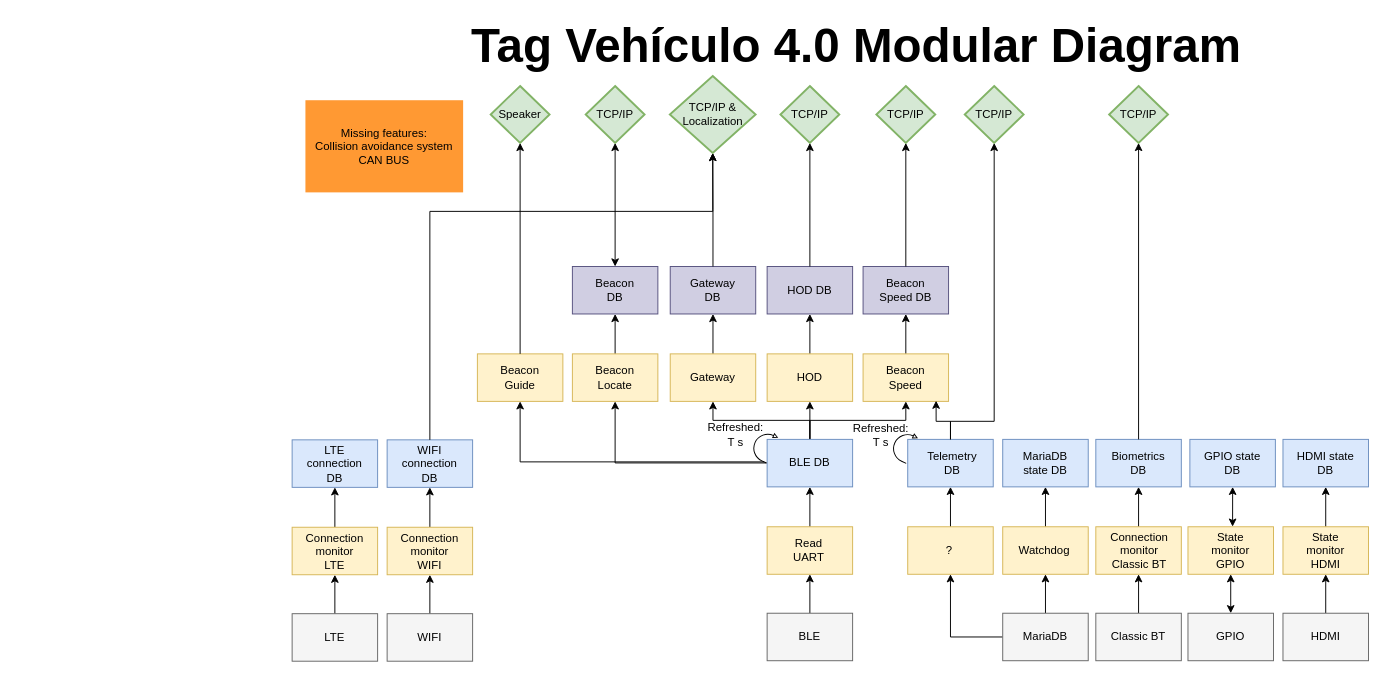
This is Diagrama modular de Tag Vehiculo 4_0.drawio from CesarRodriguez14/Tag_Vehiculo_4_0_Diagramas, a draw.io file, before an edit. Source tidied: cells renumbered, new cells numbered last; positions are measured from the earlier drawing's top-left corner, leaving out a move shared by most shapes. Both pictures are drawn from the tidied source at 95%, with x=0, y=0 at pixel (292, 21).
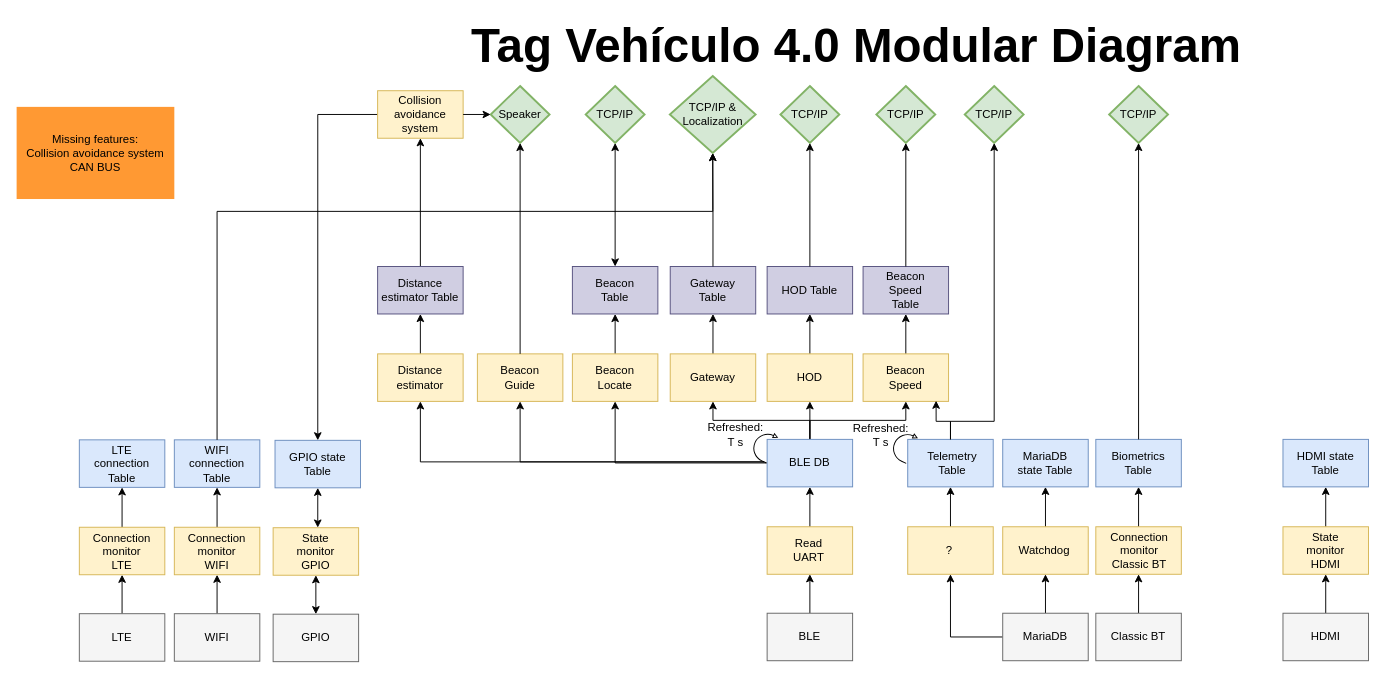
After the change.

Commit message:
Actualizar Diagrama modular de Tag Vehiculo 4_0.drawio. Agregar sistema anticolisiones.

The change refers to these unchanged cells:
```xml
<mxCell id="41" style="html=1;shadow=0;dashed=0;align=center;verticalAlign=middle;shape=mxgraph.arrows2.uTurnArrow;dy=0;arrowHead=4.41;dx2=4.26;rotation=25;" parent="1" vertex="1">
  <mxGeometry x="486.9" y="430.6" width="20" height="31.5" as="geometry" />
</mxCell>
<mxCell id="76" value="TCP/IP &amp;amp; Localization" style="strokeWidth=2;html=1;shape=mxgraph.flowchart.decision;whiteSpace=wrap;fillColor=#d5e8d4;strokeColor=#82b366;" parent="1" vertex="1">
  <mxGeometry x="397.6" y="57.5" width="90.3" height="81" as="geometry" />
</mxCell>
<mxCell id="96" value="Speaker" style="strokeWidth=2;html=1;shape=mxgraph.flowchart.decision;whiteSpace=wrap;fillColor=#d5e8d4;strokeColor=#82b366;" parent="1" vertex="1">
  <mxGeometry x="209" y="68" width="62" height="60" as="geometry" />
</mxCell>
```

What changed in the source:
```diff
@@
     <mxCell id="6" style="rounded=0;whiteSpace=wrap;html=1;fillColor=#f5f5f5;fontColor=#333333;strokeColor=#666666;" parent="1" vertex="1">
-      <mxGeometry y="623.5" width="90" height="50" as="geometry" />
+      <mxGeometry x="-224" y="623.5" width="90" height="50" as="geometry" />
     </mxCell>
     <mxCell id="7" value="LTE" style="text;html=1;align=center;verticalAlign=middle;whiteSpace=wrap;rounded=0;" parent="1" vertex="1">
-      <mxGeometry x="15" y="633.5" width="60" height="30" as="geometry" />
+      <mxGeometry x="-209" y="633.5" width="60" height="30" as="geometry" />
     </mxCell>
@@
     <mxCell id="9" style="rounded=0;whiteSpace=wrap;html=1;fillColor=#f5f5f5;fontColor=#333333;strokeColor=#666666;" parent="1" vertex="1">
-      <mxGeometry x="100" y="623.5" width="90" height="50" as="geometry" />
+      <mxGeometry x="-124" y="623.5" width="90" height="50" as="geometry" />
     </mxCell>
     <mxCell id="10" value="WIFI" style="text;html=1;align=center;verticalAlign=middle;whiteSpace=wrap;rounded=0;" parent="1" vertex="1">
-      <mxGeometry x="115" y="633.5" width="60" height="30" as="geometry" />
+      <mxGeometry x="-109" y="633.5" width="60" height="30" as="geometry" />
     </mxCell>
     <mxCell id="11" style="rounded=0;whiteSpace=wrap;html=1;fillColor=#f5f5f5;fontColor=#333333;strokeColor=#666666;" parent="1" vertex="1">
-      <mxGeometry x="943" y="623" width="90" height="50" as="geometry" />
+      <mxGeometry x="-20" y="624" width="90" height="50" as="geometry" />
     </mxCell>
     <mxCell id="12" value="GPIO" style="text;html=1;align=center;verticalAlign=middle;whiteSpace=wrap;rounded=0;" parent="1" vertex="1">
-      <mxGeometry x="958" y="633" width="60" height="30" as="geometry" />
+      <mxGeometry x="-5" y="634" width="60" height="30" as="geometry" />
     </mxCell>
@@
     <mxCell id="26" style="rounded=0;whiteSpace=wrap;html=1;fillColor=#fff2cc;strokeColor=#d6b656;" parent="1" vertex="1">
-      <mxGeometry y="532.5" width="90" height="50" as="geometry" />
+      <mxGeometry x="-224" y="532.5" width="90" height="50" as="geometry" />
     </mxCell>
     <mxCell id="27" value="Connection monitor LTE" style="text;html=1;align=center;verticalAlign=middle;whiteSpace=wrap;rounded=0;" parent="1" vertex="1">
-      <mxGeometry x="15" y="542.5" width="60" height="30" as="geometry" />
+      <mxGeometry x="-209" y="542.5" width="60" height="30" as="geometry" />
     </mxCell>
@@
     <mxCell id="29" style="rounded=0;whiteSpace=wrap;html=1;fillColor=#fff2cc;strokeColor=#d6b656;" parent="1" vertex="1">
-      <mxGeometry x="100" y="532.5" width="90" height="50" as="geometry" />
+      <mxGeometry x="-124" y="532.5" width="90" height="50" as="geometry" />
     </mxCell>
     <mxCell id="30" value="Connection monitor WIFI" style="text;html=1;align=center;verticalAlign=middle;whiteSpace=wrap;rounded=0;" parent="1" vertex="1">
-      <mxGeometry x="115" y="542.5" width="60" height="30" as="geometry" />
+      <mxGeometry x="-109" y="542.5" width="60" height="30" as="geometry" />
     </mxCell>
     <mxCell id="31" style="rounded=0;whiteSpace=wrap;html=1;fillColor=#fff2cc;strokeColor=#d6b656;" parent="1" vertex="1">
-      <mxGeometry x="943" y="532" width="90" height="50" as="geometry" />
+      <mxGeometry x="-20" y="533" width="90" height="50" as="geometry" />
     </mxCell>
     <mxCell id="32" value="State monitor GPIO" style="text;html=1;align=center;verticalAlign=middle;whiteSpace=wrap;rounded=0;" parent="1" vertex="1">
-      <mxGeometry x="958" y="542" width="60" height="30" as="geometry" />
+      <mxGeometry x="-5" y="543" width="60" height="30" as="geometry" />
     </mxCell>
@@
+    <mxCell id="113" style="edgeStyle=orthogonalEdgeStyle;rounded=0;jettySize=auto;html=1;exitX=0;exitY=0;exitDx=17.31875;exitDy=31.48;exitPerimeter=0;entryX=0.5;entryY=1;entryDx=0;entryDy=0;" parent="1" edge="1" source="41" target="115">
+      <mxGeometry relative="1" as="geometry" />
+    </mxCell>
@@
-    <mxCell id="44" value="Telemetry DB" style="text;html=1;align=center;verticalAlign=middle;whiteSpace=wrap;rounded=0;" parent="1" vertex="1">
+    <mxCell id="44" value="Telemetry Table" style="text;html=1;align=center;verticalAlign=middle;whiteSpace=wrap;rounded=0;" parent="1" vertex="1">
       <mxGeometry x="665" y="450" width="60" height="30" as="geometry" />
     </mxCell>
@@
-    <mxCell id="50" value="Biometrics DB" style="text;html=1;align=center;verticalAlign=middle;whiteSpace=wrap;rounded=0;" parent="1" vertex="1">
+    <mxCell id="50" value="Biometrics Table" style="text;html=1;align=center;verticalAlign=middle;whiteSpace=wrap;rounded=0;" parent="1" vertex="1">
       <mxGeometry x="861" y="450" width="60" height="30" as="geometry" />
     </mxCell>
@@
-    <mxCell id="57" value="Beacon DB" style="text;html=1;align=center;verticalAlign=middle;whiteSpace=wrap;rounded=0;" parent="1" vertex="1">
+    <mxCell id="57" value="Beacon Table" style="text;html=1;align=center;verticalAlign=middle;whiteSpace=wrap;rounded=0;" parent="1" vertex="1">
       <mxGeometry x="309" y="268" width="62" height="30" as="geometry" />
     </mxCell>
@@
-    <mxCell id="63" value="Gateway DB" style="text;html=1;align=center;verticalAlign=middle;whiteSpace=wrap;rounded=0;" parent="1" vertex="1">
+    <mxCell id="63" value="Gateway Table" style="text;html=1;align=center;verticalAlign=middle;whiteSpace=wrap;rounded=0;" parent="1" vertex="1">
       <mxGeometry x="412" y="268" width="62" height="30" as="geometry" />
     </mxCell>
@@
-    <mxCell id="71" value="Beacon Speed DB" style="text;html=1;align=center;verticalAlign=middle;whiteSpace=wrap;rounded=0;" parent="1" vertex="1">
+    <mxCell id="71" value="Beacon Speed Table" style="text;html=1;align=center;verticalAlign=middle;whiteSpace=wrap;rounded=0;" parent="1" vertex="1">
       <mxGeometry x="615" y="268" width="62" height="30" as="geometry" />
     </mxCell>
@@
-    <mxCell id="75" value="HOD DB" style="text;html=1;align=center;verticalAlign=middle;whiteSpace=wrap;rounded=0;" parent="1" vertex="1">
+    <mxCell id="75" value="HOD Table" style="text;html=1;align=center;verticalAlign=middle;whiteSpace=wrap;rounded=0;" parent="1" vertex="1">
       <mxGeometry x="514" y="268" width="62" height="30" as="geometry" />
     </mxCell>
@@
     <mxCell id="85" style="rounded=0;whiteSpace=wrap;html=1;fillColor=#dae8fc;strokeColor=#6c8ebf;" parent="1" vertex="1">
-      <mxGeometry y="440.5" width="90" height="50" as="geometry" />
+      <mxGeometry x="-224" y="440.5" width="90" height="50" as="geometry" />
     </mxCell>
-    <mxCell id="86" value="LTE connection DB" style="text;html=1;align=center;verticalAlign=middle;whiteSpace=wrap;rounded=0;" parent="1" vertex="1">
-      <mxGeometry x="14" y="450.5" width="62" height="30" as="geometry" />
+    <mxCell id="86" value="LTE connection Table" style="text;html=1;align=center;verticalAlign=middle;whiteSpace=wrap;rounded=0;" parent="1" vertex="1">
+      <mxGeometry x="-210" y="450.5" width="62" height="30" as="geometry" />
     </mxCell>
     <mxCell id="87" style="rounded=0;whiteSpace=wrap;html=1;fillColor=#dae8fc;strokeColor=#6c8ebf;" parent="1" vertex="1">
-      <mxGeometry x="945" y="440" width="90" height="50" as="geometry" />
+      <mxGeometry x="-18" y="441" width="90" height="50" as="geometry" />
     </mxCell>
-    <mxCell id="88" value="GPIO state DB" style="text;html=1;align=center;verticalAlign=middle;whiteSpace=wrap;rounded=0;" parent="1" vertex="1">
-      <mxGeometry x="959" y="450" width="62" height="30" as="geometry" />
+    <mxCell id="88" value="GPIO state Table" style="text;html=1;align=center;verticalAlign=middle;whiteSpace=wrap;rounded=0;" parent="1" vertex="1">
+      <mxGeometry x="-4" y="451" width="62" height="30" as="geometry" />
     </mxCell>
@@
-    <mxCell id="92" value="HDMI state DB" style="text;html=1;align=center;verticalAlign=middle;whiteSpace=wrap;rounded=0;" parent="1" vertex="1">
+    <mxCell id="92" value="HDMI state Table" style="text;html=1;align=center;verticalAlign=middle;whiteSpace=wrap;rounded=0;" parent="1" vertex="1">
       <mxGeometry x="1057" y="450" width="62" height="30" as="geometry" />
     </mxCell>
@@
     <mxCell id="98" style="rounded=0;whiteSpace=wrap;html=1;fillColor=#dae8fc;strokeColor=#6c8ebf;" parent="1" vertex="1">
-      <mxGeometry x="100" y="440.5" width="90" height="50" as="geometry" />
+      <mxGeometry x="-124" y="440.5" width="90" height="50" as="geometry" />
     </mxCell>
-    <mxCell id="99" value="WIFI connection DB" style="text;html=1;align=center;verticalAlign=middle;whiteSpace=wrap;rounded=0;" parent="1" vertex="1">
-      <mxGeometry x="114" y="450.5" width="62" height="30" as="geometry" />
+    <mxCell id="99" value="WIFI connection Table" style="text;html=1;align=center;verticalAlign=middle;whiteSpace=wrap;rounded=0;" parent="1" vertex="1">
+      <mxGeometry x="-110" y="450.5" width="62" height="30" as="geometry" />
     </mxCell>
@@
-    <mxCell id="101" value="MariaDB state DB" style="text;html=1;align=center;verticalAlign=middle;whiteSpace=wrap;rounded=0;" parent="1" vertex="1">
+    <mxCell id="101" value="MariaDB state Table" style="text;html=1;align=center;verticalAlign=middle;whiteSpace=wrap;rounded=0;" parent="1" vertex="1">
       <mxGeometry x="762" y="450" width="62" height="30" as="geometry" />
     </mxCell>
@@
     <mxCell id="111" value="Missing features:&lt;div&gt;Collision avoidance system&lt;/div&gt;&lt;div&gt;CAN BUS&lt;/div&gt;" style="text;html=1;align=center;verticalAlign=middle;whiteSpace=wrap;rounded=0;fillColor=#FF9933;" parent="1" vertex="1">
-      <mxGeometry x="14" y="83" width="166" height="97" as="geometry" />
+      <mxGeometry x="-290" y="90" width="166" height="97" as="geometry" />
     </mxCell>
     <mxCell id="112" style="edgeStyle=orthogonalEdgeStyle;rounded=0;jettySize=auto;html=1;exitX=0.5;exitY=0;exitDx=0;exitDy=0;entryX=0.5;entryY=1;entryDx=0;entryDy=0;entryPerimeter=0;" parent="1" edge="1" source="98" target="76">
       <mxGeometry relative="1" as="geometry">
         <Array as="points">
-          <mxPoint x="145" y="200" />
+          <mxPoint x="-79" y="200" />
           <mxPoint x="443" y="200" />
         </Array>
       </mxGeometry>
     </mxCell>
+    <mxCell id="114" style="edgeStyle=orthogonalEdgeStyle;rounded=0;jettySize=auto;html=1;" parent="1" edge="1" source="115" target="117">
+      <mxGeometry relative="1" as="geometry" />
+    </mxCell>
+    <mxCell id="115" value="Distance estimator" style="rounded=0;whiteSpace=wrap;html=1;fillColor=#fff2cc;strokeColor=#d6b656;" parent="1" vertex="1">
+      <mxGeometry x="90" y="350" width="90" height="50" as="geometry" />
+    </mxCell>
+    <mxCell id="116" style="edgeStyle=orthogonalEdgeStyle;rounded=0;jettySize=auto;html=1;exitX=0.5;exitY=0;exitDx=0;exitDy=0;entryX=0.5;entryY=1;entryDx=0;entryDy=0;" parent="1" edge="1" source="117" target="119">
+      <mxGeometry relative="1" as="geometry" />
+    </mxCell>
+    <mxCell id="117" value="Distance estimator Table" style="rounded=0;whiteSpace=wrap;html=1;fillColor=#d0cee2;strokeColor=#56517e;" parent="1" vertex="1">
+      <mxGeometry x="90" y="258" width="90" height="50" as="geometry" />
+    </mxCell>
+    <mxCell id="118" style="edgeStyle=orthogonalEdgeStyle;rounded=0;jettySize=auto;html=1;exitX=0;exitY=0.5;exitDx=0;exitDy=0;entryX=0.5;entryY=0;entryDx=0;entryDy=0;" parent="1" edge="1" source="119" target="87">
+      <mxGeometry relative="1" as="geometry" />
+    </mxCell>
+    <mxCell id="119" value="Collision avoidance system" style="rounded=0;whiteSpace=wrap;html=1;fillColor=#fff2cc;strokeColor=#d6b656;" parent="1" vertex="1">
+      <mxGeometry x="90" y="73" width="90" height="50" as="geometry" />
+    </mxCell>
+    <mxCell id="120" style="edgeStyle=orthogonalEdgeStyle;rounded=0;jettySize=auto;html=1;exitX=1;exitY=0.5;exitDx=0;exitDy=0;entryX=0;entryY=0.5;entryDx=0;entryDy=0;entryPerimeter=0;" parent="1" edge="1" source="119" target="96">
+      <mxGeometry relative="1" as="geometry" />
+    </mxCell>
```
